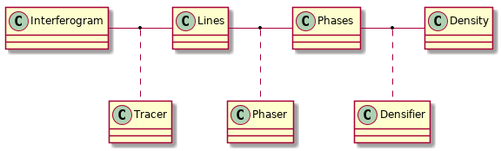
The PlantUML diagram documentation/classes_diagram.png in fian-tuesday/interfan, before a commit. Source of this version:
```plantuml
@startuml
Interferogram - Lines
Lines - Phases
Phases - Density

(Interferogram, Lines) .. Tracer
(Lines, Phases) .. Phaser
(Phases, Density) .. Densifier

@enduml
```
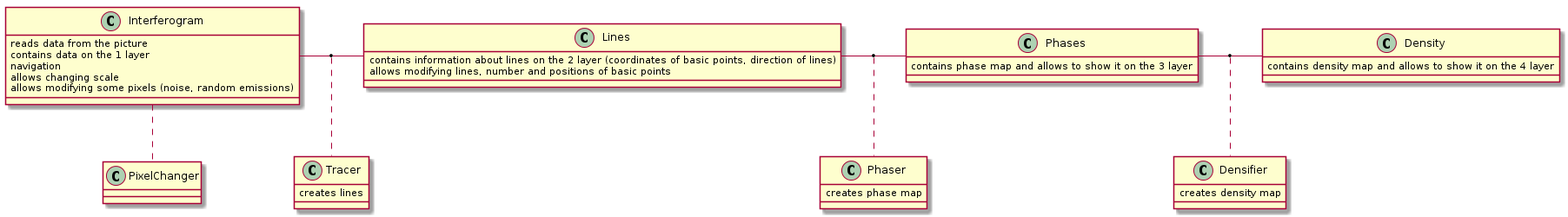
The same file after the commit.

Commit message:
Added documentation with new diagram of classes

Diff of the diagram source:
```diff
@@ -1,10 +1,43 @@
 @startuml
+
 Interferogram - Lines
 Lines - Phases
 Phases - Density
 
+Interferogram .. PixelChanger
 (Interferogram, Lines) .. Tracer
 (Lines, Phases) .. Phaser
 (Phases, Density) .. Densifier
 
+class Interferogram {
+{field} reads data from the picture
+{field} contains data on the 1 layer
+{field} navigation
+{field} allows changing scale
+{field} allows modifying some pixels (noise, random emissions)
+}
+
+class Lines {
+{field} contains information about lines on the 2 layer (coordinates of basic points, direction of lines)
+{field} allows modifying lines, number and positions of basic points
+}
+
+class Phases {
+{field} contains phase map and allows to show it on the 3 layer
+}
+class Density {
+{field} contains density map and allows to show it on the 4 layer
+}
+
+class Tracer {
+{field} creates lines
+}
+class Phaser {
+{field} creates phase map
+}
+class Densifier {
+{field} creates density map
+}
+
+
 @enduml
```
